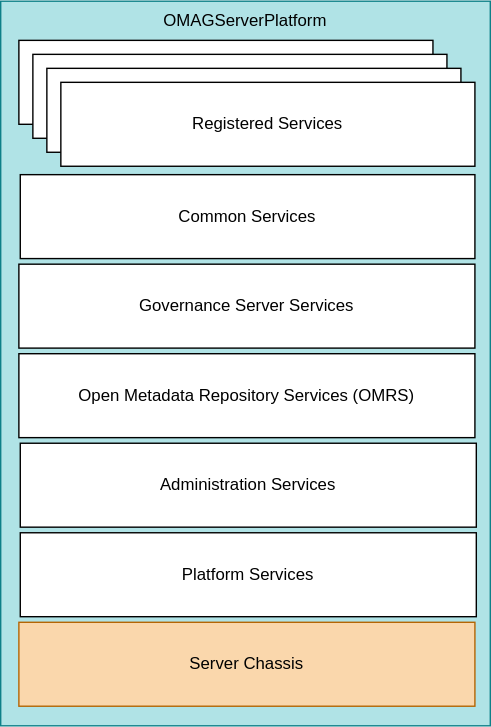
The draw.io diagram site/docs/services/server-chassis-structure.svg in odpi/egeria-docs, before a commit. Source tidied: cells renumbered, new cells last; positions are measured from the earlier drawing's top-left corner, leaving out a move shared by most shapes. Source of this version:
```xml
<mxGraphModel>
  <root>
    <mxCell id="0" />
    <mxCell id="1" parent="0" />
    <mxCell id="2" value="OMAGServerPlatform" style="rounded=0;whiteSpace=wrap;html=1;verticalAlign=top;fillColor=#b0e3e6;strokeColor=#0e8088;" parent="1" vertex="1">
      <mxGeometry width="350" height="518" as="geometry" />
    </mxCell>
    <mxCell id="3" value="Server Chassis" style="rounded=0;whiteSpace=wrap;html=1;fillColor=#fad7ac;strokeColor=#b46504;" parent="1" vertex="1">
      <mxGeometry x="13" y="444" width="326" height="60" as="geometry" />
    </mxCell>
    <mxCell id="4" value="Open Metadata Repository Services (OMRS)" style="rounded=0;whiteSpace=wrap;html=1;" parent="1" vertex="1">
      <mxGeometry x="13" y="252" width="326" height="60" as="geometry" />
    </mxCell>
    <mxCell id="5" value="Common Services" style="rounded=0;whiteSpace=wrap;html=1;" parent="1" vertex="1">
      <mxGeometry x="14" y="124" width="325" height="60" as="geometry" />
    </mxCell>
    <mxCell id="6" value="Governance Server Services" style="rounded=0;whiteSpace=wrap;html=1;" parent="1" vertex="1">
      <mxGeometry x="13" y="188" width="326" height="60" as="geometry" />
    </mxCell>
    <mxCell id="7" value="Registered Services" style="rounded=0;whiteSpace=wrap;html=1;" parent="1" vertex="1">
      <mxGeometry x="13" y="28" width="296" height="60" as="geometry" />
    </mxCell>
    <mxCell id="8" value="Registered Services" style="rounded=0;whiteSpace=wrap;html=1;" parent="1" vertex="1">
      <mxGeometry x="23" y="38" width="296" height="60" as="geometry" />
    </mxCell>
    <mxCell id="9" value="Registered Services" style="rounded=0;whiteSpace=wrap;html=1;" parent="1" vertex="1">
      <mxGeometry x="33" y="48" width="296" height="60" as="geometry" />
    </mxCell>
    <mxCell id="10" value="Registered Services" style="rounded=0;whiteSpace=wrap;html=1;" parent="1" vertex="1">
      <mxGeometry x="43" y="58" width="296" height="60" as="geometry" />
    </mxCell>
    <mxCell id="11" value="Administration Services" style="rounded=0;whiteSpace=wrap;html=1;" parent="1" vertex="1">
      <mxGeometry x="14" y="316" width="326" height="60" as="geometry" />
    </mxCell>
    <mxCell id="12" value="Platform Services" style="rounded=0;whiteSpace=wrap;html=1;" parent="1" vertex="1">
      <mxGeometry x="14" y="380" width="326" height="60" as="geometry" />
    </mxCell>
  </root>
</mxGraphModel>
```
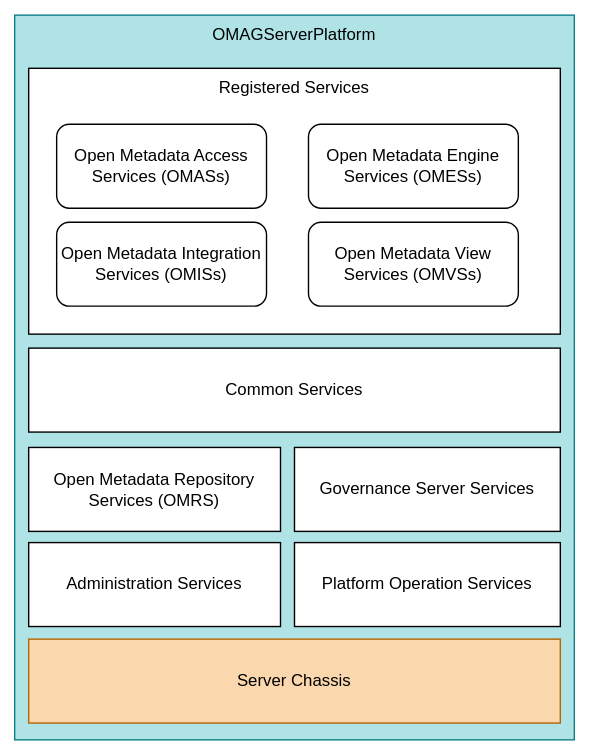
Later version of the same file.

The edit, as a diff of the source:
```diff
@@ -3,37 +3,40 @@
     <mxCell id="0" />
     <mxCell id="1" parent="0" />
     <mxCell id="2" value="OMAGServerPlatform" style="rounded=0;whiteSpace=wrap;html=1;verticalAlign=top;fillColor=#b0e3e6;strokeColor=#0e8088;" parent="1" vertex="1">
-      <mxGeometry width="350" height="518" as="geometry" />
+      <mxGeometry x="-181" width="400" height="518" as="geometry" />
     </mxCell>
     <mxCell id="3" value="Server Chassis" style="rounded=0;whiteSpace=wrap;html=1;fillColor=#fad7ac;strokeColor=#b46504;" parent="1" vertex="1">
-      <mxGeometry x="13" y="444" width="326" height="60" as="geometry" />
+      <mxGeometry x="-171" y="446" width="380" height="60" as="geometry" />
     </mxCell>
     <mxCell id="4" value="Open Metadata Repository Services (OMRS)" style="rounded=0;whiteSpace=wrap;html=1;" parent="1" vertex="1">
-      <mxGeometry x="13" y="252" width="326" height="60" as="geometry" />
+      <mxGeometry x="-171" y="309" width="180" height="60" as="geometry" />
     </mxCell>
     <mxCell id="5" value="Common Services" style="rounded=0;whiteSpace=wrap;html=1;" parent="1" vertex="1">
-      <mxGeometry x="14" y="124" width="325" height="60" as="geometry" />
+      <mxGeometry x="-171" y="238" width="380" height="60" as="geometry" />
     </mxCell>
     <mxCell id="6" value="Governance Server Services" style="rounded=0;whiteSpace=wrap;html=1;" parent="1" vertex="1">
-      <mxGeometry x="13" y="188" width="326" height="60" as="geometry" />
+      <mxGeometry x="19" y="309" width="190" height="60" as="geometry" />
     </mxCell>
-    <mxCell id="7" value="Registered Services" style="rounded=0;whiteSpace=wrap;html=1;" parent="1" vertex="1">
-      <mxGeometry x="13" y="28" width="296" height="60" as="geometry" />
+    <mxCell id="7" value="Registered Services" style="rounded=0;whiteSpace=wrap;html=1;verticalAlign=top;" parent="1" vertex="1">
+      <mxGeometry x="-171" y="38" width="380" height="190" as="geometry" />
     </mxCell>
-    <mxCell id="8" value="Registered Services" style="rounded=0;whiteSpace=wrap;html=1;" parent="1" vertex="1">
-      <mxGeometry x="23" y="38" width="296" height="60" as="geometry" />
+    <mxCell id="8" value="Administration Services" style="rounded=0;whiteSpace=wrap;html=1;" parent="1" vertex="1">
+      <mxGeometry x="-171" y="377" width="180" height="60" as="geometry" />
     </mxCell>
-    <mxCell id="9" value="Registered Services" style="rounded=0;whiteSpace=wrap;html=1;" parent="1" vertex="1">
-      <mxGeometry x="33" y="48" width="296" height="60" as="geometry" />
+    <mxCell id="9" value="Platform Operation Services" style="rounded=0;whiteSpace=wrap;html=1;" parent="1" vertex="1">
+      <mxGeometry x="19" y="377" width="190" height="60" as="geometry" />
     </mxCell>
-    <mxCell id="10" value="Registered Services" style="rounded=0;whiteSpace=wrap;html=1;" parent="1" vertex="1">
-      <mxGeometry x="43" y="58" width="296" height="60" as="geometry" />
+    <mxCell id="10" value="Open Metadata Access Services (OMASs)" style="rounded=1;whiteSpace=wrap;html=1;" parent="1" vertex="1">
+      <mxGeometry x="-151" y="78" width="150" height="60" as="geometry" />
     </mxCell>
-    <mxCell id="11" value="Administration Services" style="rounded=0;whiteSpace=wrap;html=1;" parent="1" vertex="1">
-      <mxGeometry x="14" y="316" width="326" height="60" as="geometry" />
+    <mxCell id="11" value="Open Metadata Engine Services (OMESs)" style="rounded=1;whiteSpace=wrap;html=1;" parent="1" vertex="1">
+      <mxGeometry x="29" y="78" width="150" height="60" as="geometry" />
     </mxCell>
-    <mxCell id="12" value="Platform Services" style="rounded=0;whiteSpace=wrap;html=1;" parent="1" vertex="1">
-      <mxGeometry x="14" y="380" width="326" height="60" as="geometry" />
+    <mxCell id="12" value="Open Metadata Integration Services (OMISs)" style="rounded=1;whiteSpace=wrap;html=1;" parent="1" vertex="1">
+      <mxGeometry x="-151" y="148" width="150" height="60" as="geometry" />
     </mxCell>
+    <mxCell id="13" value="Open Metadata View Services (OMVSs)" style="rounded=1;whiteSpace=wrap;html=1;" parent="1" vertex="1">
+      <mxGeometry x="29" y="148" width="150" height="60" as="geometry" />
+    </mxCell>
   </root>
 </mxGraphModel>
```
